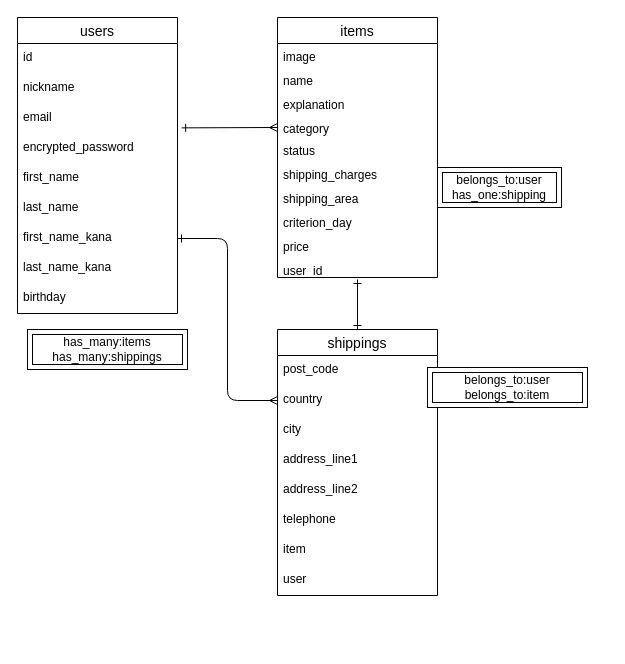
Earlier version of the draw.io diagram config/ER.dio (katsuki0330/furima-36330). Source tidied: cells renumbered, new cells numbered last; positions are measured from the earlier drawing's top-left corner, leaving out a move shared by most shapes. Both pictures are drawn from the tidied source at 100%, with x=0, y=0 at pixel (17, 17).
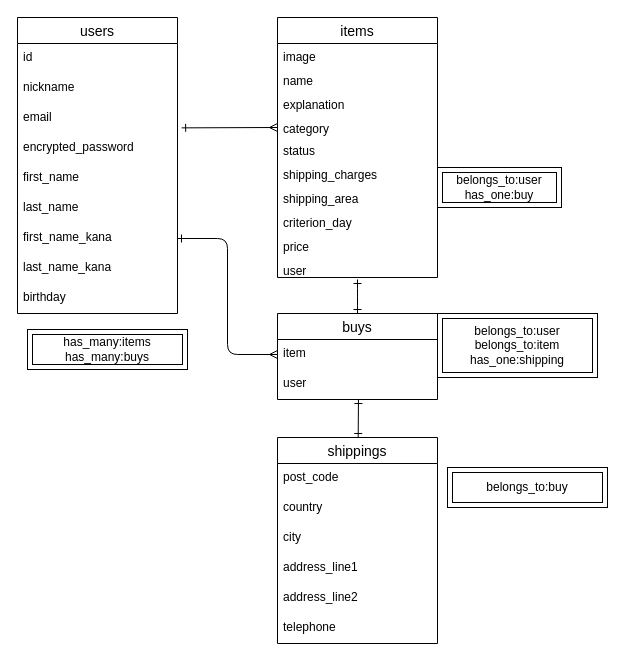
Above is the later version.

Commit message (it also covers changes not shown here):
レビュー修正vol１＿6点の修正

Unchanged cells that the change refers to:
```xml
<mxCell id="9" value="first_name_kana" style="text;strokeColor=none;fillColor=none;spacingLeft=4;spacingRight=4;overflow=hidden;points=[[0,0.5],[1,0.5]];portConstraint=eastwest;fontSize=12;" parent="2" vertex="1">
  <mxGeometry y="206" width="160" height="30" as="geometry" />
</mxCell>
<mxCell id="12" value="items" style="swimlane;fontStyle=0;horizontal=1;startSize=26;align=center;fontSize=14;" parent="1" vertex="1">
  <mxGeometry x="260" width="160" height="260" as="geometry" />
</mxCell>
<mxCell id="25" value="country" style="text;strokeColor=none;fillColor=none;spacingLeft=4;spacingRight=4;overflow=hidden;points=[[0,0.5],[1,0.5]];portConstraint=eastwest;fontSize=12;" parent="23" vertex="1">
  <mxGeometry y="56" width="160" height="30" as="geometry" />
</mxCell>
```

Change to the diagram source:
```diff
@@
-    <mxCell id="22" value="user_id" style="text;strokeColor=none;fillColor=none;spacingLeft=4;spacingRight=4;overflow=hidden;fontSize=12;" parent="12" vertex="1">
+    <mxCell id="22" value="user" style="text;strokeColor=none;fillColor=none;spacingLeft=4;spacingRight=4;overflow=hidden;fontSize=12;" parent="12" vertex="1">
       <mxGeometry y="240" width="160" height="20" as="geometry" />
     </mxCell>
     <mxCell id="23" value="shippings" style="swimlane;fontStyle=0;horizontal=1;startSize=26;align=center;fontSize=14;" parent="1" vertex="1">
-      <mxGeometry x="260" y="312" width="160" height="266" as="geometry" />
+      <mxGeometry x="260" y="420" width="160" height="206" as="geometry" />
     </mxCell>
@@
-    <mxCell id="30" value="item" style="text;strokeColor=none;fillColor=none;spacingLeft=4;spacingRight=4;overflow=hidden;points=[[0,0.5],[1,0.5]];portConstraint=eastwest;fontSize=12;" parent="23" vertex="1">
-      <mxGeometry y="206" width="160" height="30" as="geometry" />
-    </mxCell>
-    <mxCell id="31" value="user" style="text;strokeColor=none;fillColor=none;spacingLeft=4;spacingRight=4;overflow=hidden;points=[[0,0.5],[1,0.5]];portConstraint=eastwest;fontSize=12;" parent="23" vertex="1">
-      <mxGeometry y="236" width="160" height="30" as="geometry" />
-    </mxCell>
-    <mxCell id="32" value="belongs_to:user&lt;br&gt;has_one:shipping" style="shape=ext;margin=3;double=1;whiteSpace=wrap;html=1;align=center;" parent="1" vertex="1">
+    <mxCell id="32" value="belongs_to:user&lt;br&gt;has_one:buy" style="shape=ext;margin=3;double=1;whiteSpace=wrap;html=1;align=center;" parent="1" vertex="1">
       <mxGeometry x="420" y="150" width="124" height="40" as="geometry" />
     </mxCell>
-    <mxCell id="33" value="belongs_to:user&lt;br&gt;belongs_to:item" style="shape=ext;margin=3;double=1;whiteSpace=wrap;html=1;align=center;" parent="1" vertex="1">
-      <mxGeometry x="410" y="350" width="160" height="40" as="geometry" />
+    <mxCell id="33" value="belongs_to:buy" style="shape=ext;margin=3;double=1;whiteSpace=wrap;html=1;align=center;" parent="1" vertex="1">
+      <mxGeometry x="430" y="450" width="160" height="40" as="geometry" />
     </mxCell>
-    <mxCell id="34" style="edgeStyle=orthogonalEdgeStyle;fontSize=12;html=1;endArrow=ERone;startArrow=ERone;exitX=0.5;exitY=0;exitDx=0;exitDy=0;elbow=vertical;startFill=0;endFill=0;" parent="1" edge="1" source="23">
+    <mxCell id="34" style="edgeStyle=orthogonalEdgeStyle;fontSize=12;html=1;endArrow=ERone;startArrow=ERone;elbow=vertical;startFill=0;endFill=0;exitX=0.5;exitY=0;exitDx=0;exitDy=0;" parent="1" edge="1" source="38">
       <mxGeometry relative="1" as="geometry">
         <mxPoint x="340" y="262" as="targetPoint" />
       </mxGeometry>
     </mxCell>
-    <mxCell id="35" style="edgeStyle=orthogonalEdgeStyle;fontSize=12;html=1;endArrow=ERmany;startArrow=ERone;exitX=1;exitY=0.5;exitDx=0;exitDy=0;entryX=0;entryY=0.5;entryDx=0;entryDy=0;startFill=0;endFill=0;" parent="1" edge="1" source="9" target="25">
+    <mxCell id="35" style="edgeStyle=orthogonalEdgeStyle;fontSize=12;html=1;endArrow=ERmany;startArrow=ERone;exitX=1;exitY=0.5;exitDx=0;exitDy=0;startFill=0;endFill=0;entryX=0;entryY=0.5;entryDx=0;entryDy=0;" parent="1" edge="1" source="9" target="30">
       <mxGeometry relative="1" as="geometry" />
     </mxCell>
-    <mxCell id="36" value="has_many:items&lt;br&gt;has_many:shippings" style="shape=ext;margin=3;double=1;whiteSpace=wrap;html=1;align=center;" parent="1" vertex="1">
+    <mxCell id="36" value="has_many:items&lt;br&gt;has_many:buys" style="shape=ext;margin=3;double=1;whiteSpace=wrap;html=1;align=center;" parent="1" vertex="1">
       <mxGeometry x="10" y="312" width="160" height="40" as="geometry" />
     </mxCell>
@@
+    <mxCell id="38" value="buys" style="swimlane;fontStyle=0;horizontal=1;startSize=26;align=center;fontSize=14;" parent="1" vertex="1">
+      <mxGeometry x="260" y="296" width="160" height="86" as="geometry" />
+    </mxCell>
+    <mxCell id="30" value="item" style="text;strokeColor=none;fillColor=none;spacingLeft=4;spacingRight=4;overflow=hidden;points=[[0,0.5],[1,0.5]];portConstraint=eastwest;fontSize=12;" parent="38" vertex="1">
+      <mxGeometry y="26" width="160" height="30" as="geometry" />
+    </mxCell>
+    <mxCell id="31" value="user" style="text;strokeColor=none;fillColor=none;spacingLeft=4;spacingRight=4;overflow=hidden;points=[[0,0.5],[1,0.5]];portConstraint=eastwest;fontSize=12;" parent="38" vertex="1">
+      <mxGeometry y="56" width="160" height="30" as="geometry" />
+    </mxCell>
+    <mxCell id="39" value="belongs_to:user&lt;br&gt;belongs_to:item&lt;br&gt;has_one:shipping" style="shape=ext;margin=3;double=1;whiteSpace=wrap;html=1;align=center;" parent="1" vertex="1">
+      <mxGeometry x="420" y="296" width="160" height="64" as="geometry" />
+    </mxCell>
+    <mxCell id="40" style="fontSize=12;html=1;endArrow=ERone;startArrow=ERone;elbow=vertical;startFill=0;endFill=0;entryX=0.506;entryY=1;entryDx=0;entryDy=0;entryPerimeter=0;" parent="1" edge="1" source="23" target="31">
+      <mxGeometry relative="1" as="geometry" />
+    </mxCell>
```
